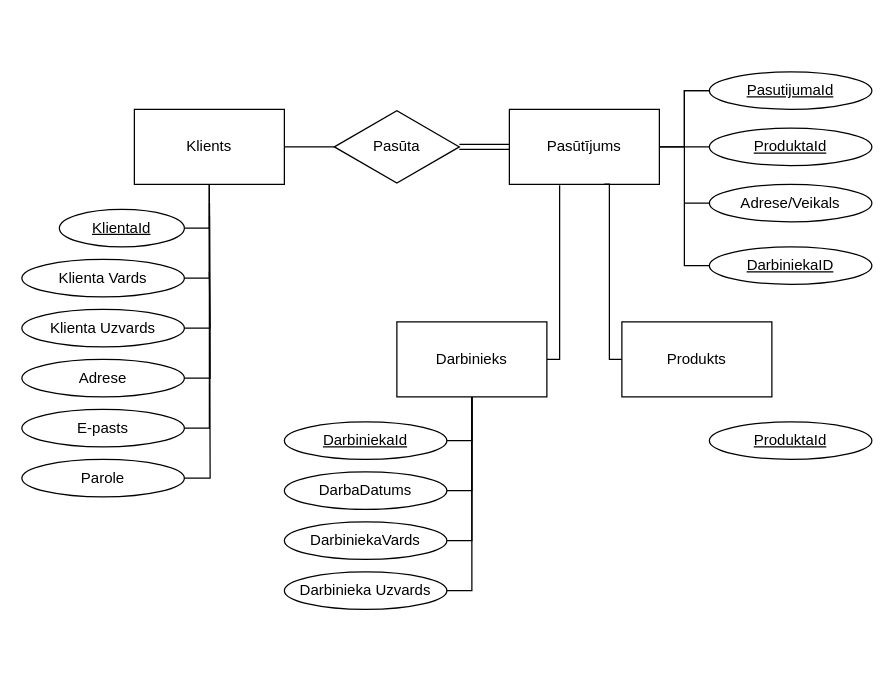
Above: Untitled Diagram.drawio in jianueai/Programmesana-II (draw.io), before the change. Source tidied: cells renumbered, new cells numbered last; positions are measured from the earlier drawing's top-left corner, leaving out a move shared by most shapes. Both pictures are drawn from the tidied source at 125%, with x=0, y=0 at pixel (21, 71).
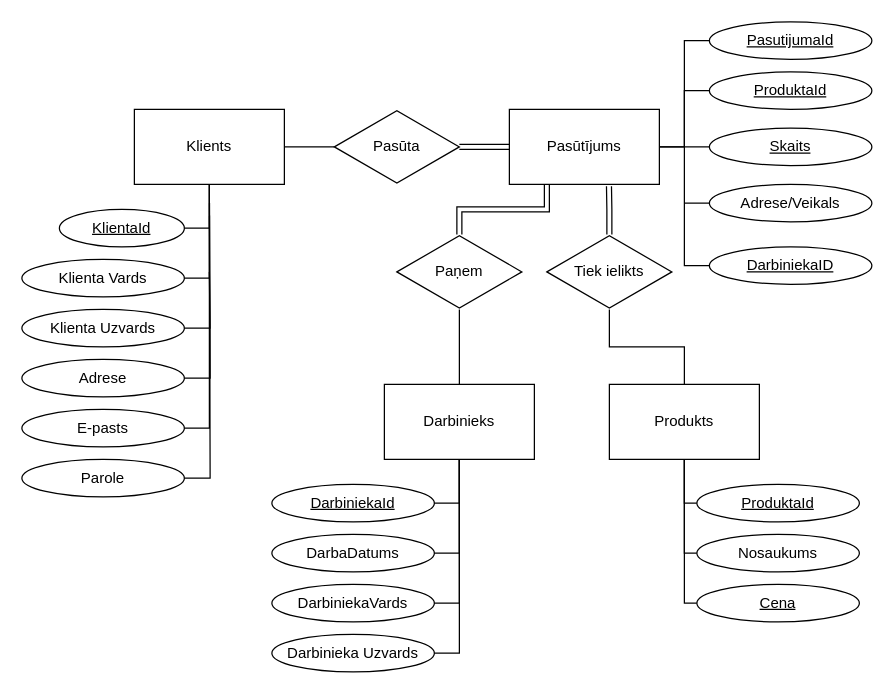
Above is the later version.

Unchanged cells that the change refers to:
```xml
<mxCell id="7" value="Pasūtījums" style="rounded=0;whiteSpace=wrap;html=1;" parent="1" vertex="1">
  <mxGeometry x="390" y="30" width="120" height="60" as="geometry" />
</mxCell>
```

Change to the diagram source:
```diff
@@
-    <mxCell id="6" style="edgeStyle=orthogonalEdgeStyle;rounded=0;jettySize=auto;html=1;endArrow=none;endFill=0;" parent="1" edge="1" source="7" target="27">
-      <mxGeometry relative="1" as="geometry" />
-    </mxCell>
@@
-    <mxCell id="21" value="&lt;u&gt;ProduktaId&lt;/u&gt;" style="strokeWidth=1;html=1;shape=mxgraph.flowchart.start_1;whiteSpace=wrap;" parent="1" vertex="1">
-      <mxGeometry x="550" y="45" width="130" height="30" as="geometry" />
-    </mxCell>
@@
     <mxCell id="26" style="edgeStyle=orthogonalEdgeStyle;rounded=0;jettySize=auto;html=1;endArrow=none;endFill=0;" parent="1" edge="1" source="27">
       <mxGeometry relative="1" as="geometry">
         <mxPoint x="530" y="60" as="targetPoint" />
         <Array as="points">
-          <mxPoint x="530" y="15" />
+          <mxPoint x="530" y="-25" />
         </Array>
       </mxGeometry>
     </mxCell>
     <mxCell id="27" value="&lt;u&gt;PasutijumaId&lt;/u&gt;" style="strokeWidth=1;html=1;shape=mxgraph.flowchart.start_1;whiteSpace=wrap;" parent="1" vertex="1">
-      <mxGeometry x="550" width="130" height="30" as="geometry" />
+      <mxGeometry x="550" y="-40" width="130" height="30" as="geometry" />
     </mxCell>
-    <mxCell id="28" style="edgeStyle=orthogonalEdgeStyle;rounded=0;jettySize=auto;html=1;entryX=0.633;entryY=0.995;entryDx=0;entryDy=0;entryPerimeter=0;endArrow=none;endFill=0;" parent="1" edge="1" source="29" target="7">
-      <mxGeometry relative="1" as="geometry">
-        <Array as="points">
-          <mxPoint x="470" y="230" />
-          <mxPoint x="470" y="90" />
-        </Array>
-      </mxGeometry>
-    </mxCell>
+    <mxCell id="41" style="edgeStyle=orthogonalEdgeStyle;rounded=0;jettySize=auto;html=1;endArrow=none;endFill=0;" parent="1" edge="1" source="29" target="52">
+      <mxGeometry relative="1" as="geometry" />
+    </mxCell>
     <mxCell id="29" value="Produkts" style="rounded=0;whiteSpace=wrap;html=1;" parent="1" vertex="1">
-      <mxGeometry x="480" y="200" width="120" height="60" as="geometry" />
+      <mxGeometry x="470" y="250" width="120" height="60" as="geometry" />
     </mxCell>
-    <mxCell id="30" style="edgeStyle=orthogonalEdgeStyle;rounded=0;jettySize=auto;html=1;entryX=0.335;entryY=1.011;entryDx=0;entryDy=0;entryPerimeter=0;endArrow=none;endFill=0;" parent="1" edge="1" source="31" target="7">
+    <mxCell id="30" style="edgeStyle=orthogonalEdgeStyle;rounded=0;jettySize=auto;html=1;endArrow=none;endFill=0;" parent="1" edge="1" source="31" target="50">
       <mxGeometry relative="1" as="geometry">
         <Array as="points">
-          <mxPoint x="430" y="230" />
+          <mxPoint x="350" y="200" />
+          <mxPoint x="350" y="200" />
         </Array>
       </mxGeometry>
     </mxCell>
     <mxCell id="31" value="Darbinieks" style="rounded=0;whiteSpace=wrap;html=1;" parent="1" vertex="1">
-      <mxGeometry x="300" y="200" width="120" height="60" as="geometry" />
+      <mxGeometry x="290" y="250" width="120" height="60" as="geometry" />
     </mxCell>
     <mxCell id="32" style="edgeStyle=orthogonalEdgeStyle;rounded=0;jettySize=auto;html=1;entryX=0.5;entryY=1;entryDx=0;entryDy=0;endArrow=none;endFill=0;" parent="1" edge="1" source="33" target="31">
       <mxGeometry relative="1" as="geometry">
         <Array as="points">
-          <mxPoint x="360" y="295" />
+          <mxPoint x="350" y="345" />
         </Array>
       </mxGeometry>
     </mxCell>
     <mxCell id="33" value="&lt;u&gt;DarbiniekaId&lt;/u&gt;" style="strokeWidth=1;html=1;shape=mxgraph.flowchart.start_1;whiteSpace=wrap;" parent="1" vertex="1">
-      <mxGeometry x="210" y="280" width="130" height="30" as="geometry" />
+      <mxGeometry x="200" y="330" width="130" height="30" as="geometry" />
     </mxCell>
     <mxCell id="34" style="edgeStyle=orthogonalEdgeStyle;rounded=0;jettySize=auto;html=1;entryX=0.5;entryY=1;entryDx=0;entryDy=0;endArrow=none;endFill=0;" parent="1" edge="1" source="35" target="31">
       <mxGeometry relative="1" as="geometry">
         <Array as="points">
-          <mxPoint x="360" y="335" />
+          <mxPoint x="350" y="385" />
         </Array>
       </mxGeometry>
     </mxCell>
     <mxCell id="35" value="DarbaDatums" style="strokeWidth=1;html=1;shape=mxgraph.flowchart.start_1;whiteSpace=wrap;" parent="1" vertex="1">
-      <mxGeometry x="210" y="320" width="130" height="30" as="geometry" />
+      <mxGeometry x="200" y="370" width="130" height="30" as="geometry" />
     </mxCell>
     <mxCell id="36" style="edgeStyle=orthogonalEdgeStyle;rounded=0;jettySize=auto;html=1;entryX=0.5;entryY=1;entryDx=0;entryDy=0;endArrow=none;endFill=0;" parent="1" edge="1" source="37" target="31">
       <mxGeometry relative="1" as="geometry">
         <Array as="points">
-          <mxPoint x="360" y="375" />
+          <mxPoint x="350" y="425" />
         </Array>
       </mxGeometry>
     </mxCell>
     <mxCell id="37" value="DarbiniekaVards" style="strokeWidth=1;html=1;shape=mxgraph.flowchart.start_1;whiteSpace=wrap;" parent="1" vertex="1">
-      <mxGeometry x="210" y="360" width="130" height="30" as="geometry" />
+      <mxGeometry x="200" y="410" width="130" height="30" as="geometry" />
     </mxCell>
     <mxCell id="38" style="edgeStyle=orthogonalEdgeStyle;rounded=0;jettySize=auto;html=1;entryX=0.5;entryY=1;entryDx=0;entryDy=0;endArrow=none;endFill=0;" parent="1" edge="1" source="39" target="31">
       <mxGeometry relative="1" as="geometry">
         <Array as="points">
-          <mxPoint x="360" y="415" />
+          <mxPoint x="350" y="465" />
         </Array>
       </mxGeometry>
     </mxCell>
     <mxCell id="39" value="Darbinieka Uzvards" style="strokeWidth=1;html=1;shape=mxgraph.flowchart.start_1;whiteSpace=wrap;" parent="1" vertex="1">
-      <mxGeometry x="210" y="400" width="130" height="30" as="geometry" />
+      <mxGeometry x="200" y="450" width="130" height="30" as="geometry" />
     </mxCell>
+    <mxCell id="42" style="edgeStyle=orthogonalEdgeStyle;rounded=0;jettySize=auto;html=1;exitX=0;exitY=0.5;exitDx=0;exitDy=0;exitPerimeter=0;entryX=0.5;entryY=1;entryDx=0;entryDy=0;endArrow=none;endFill=0;" parent="1" edge="1" source="40" target="29">
+      <mxGeometry relative="1" as="geometry" />
+    </mxCell>
     <mxCell id="40" value="&lt;u&gt;ProduktaId&lt;/u&gt;" style="strokeWidth=1;html=1;shape=mxgraph.flowchart.start_1;whiteSpace=wrap;" parent="1" vertex="1">
-      <mxGeometry x="550" y="280" width="130" height="30" as="geometry" />
+      <mxGeometry x="540" y="330" width="130" height="30" as="geometry" />
     </mxCell>
+    <mxCell id="43" style="edgeStyle=orthogonalEdgeStyle;rounded=0;jettySize=auto;html=1;exitX=0;exitY=0.5;exitDx=0;exitDy=0;exitPerimeter=0;entryX=0.5;entryY=1;entryDx=0;entryDy=0;endArrow=none;endFill=0;" parent="1" edge="1" source="44" target="29">
+      <mxGeometry relative="1" as="geometry">
+        <Array as="points">
+          <mxPoint x="530" y="385" />
+        </Array>
+      </mxGeometry>
+    </mxCell>
+    <mxCell id="44" value="Nosaukums" style="strokeWidth=1;html=1;shape=mxgraph.flowchart.start_1;whiteSpace=wrap;" parent="1" vertex="1">
+      <mxGeometry x="540" y="370" width="130" height="30" as="geometry" />
+    </mxCell>
+    <mxCell id="45" style="edgeStyle=orthogonalEdgeStyle;rounded=0;jettySize=auto;html=1;exitX=0;exitY=0.5;exitDx=0;exitDy=0;exitPerimeter=0;entryX=0.5;entryY=1;entryDx=0;entryDy=0;endArrow=none;endFill=0;" parent="1" edge="1" source="46" target="29">
+      <mxGeometry relative="1" as="geometry">
+        <Array as="points">
+          <mxPoint x="530" y="425" />
+        </Array>
+      </mxGeometry>
+    </mxCell>
+    <mxCell id="46" value="&lt;u&gt;Cena&lt;/u&gt;" style="strokeWidth=1;html=1;shape=mxgraph.flowchart.start_1;whiteSpace=wrap;" parent="1" vertex="1">
+      <mxGeometry x="540" y="410" width="130" height="30" as="geometry" />
+    </mxCell>
+    <mxCell id="47" value="&lt;u&gt;Skaits&lt;/u&gt;" style="strokeWidth=1;html=1;shape=mxgraph.flowchart.start_1;whiteSpace=wrap;" parent="1" vertex="1">
+      <mxGeometry x="550" y="45" width="130" height="30" as="geometry" />
+    </mxCell>
+    <mxCell id="48" style="edgeStyle=orthogonalEdgeStyle;rounded=0;jettySize=auto;html=1;endArrow=none;endFill=0;" parent="1" edge="1" source="7" target="47">
+      <mxGeometry relative="1" as="geometry" />
+    </mxCell>
+    <mxCell id="21" value="&lt;u&gt;ProduktaId&lt;/u&gt;" style="strokeWidth=1;html=1;shape=mxgraph.flowchart.start_1;whiteSpace=wrap;" parent="1" vertex="1">
+      <mxGeometry x="550" width="130" height="30" as="geometry" />
+    </mxCell>
+    <mxCell id="49" style="edgeStyle=orthogonalEdgeStyle;shape=link;rounded=0;jettySize=auto;html=1;entryX=0.25;entryY=1;entryDx=0;entryDy=0;endArrow=none;endFill=0;" parent="1" edge="1" source="50" target="7">
+      <mxGeometry relative="1" as="geometry" />
+    </mxCell>
+    <mxCell id="50" value="Paņem" style="html=1;whiteSpace=wrap;shape=isoRectangle;" parent="1" vertex="1">
+      <mxGeometry x="300" y="130" width="100" height="60" as="geometry" />
+    </mxCell>
+    <mxCell id="51" style="edgeStyle=orthogonalEdgeStyle;shape=link;rounded=0;jettySize=auto;html=1;entryX=0.664;entryY=1.026;entryDx=0;entryDy=0;entryPerimeter=0;endArrow=none;endFill=0;" parent="1" edge="1" source="52" target="7">
+      <mxGeometry relative="1" as="geometry" />
+    </mxCell>
+    <mxCell id="52" value="Tiek ielikts" style="html=1;whiteSpace=wrap;shape=isoRectangle;" parent="1" vertex="1">
+      <mxGeometry x="420" y="130" width="100" height="60" as="geometry" />
+    </mxCell>
```
